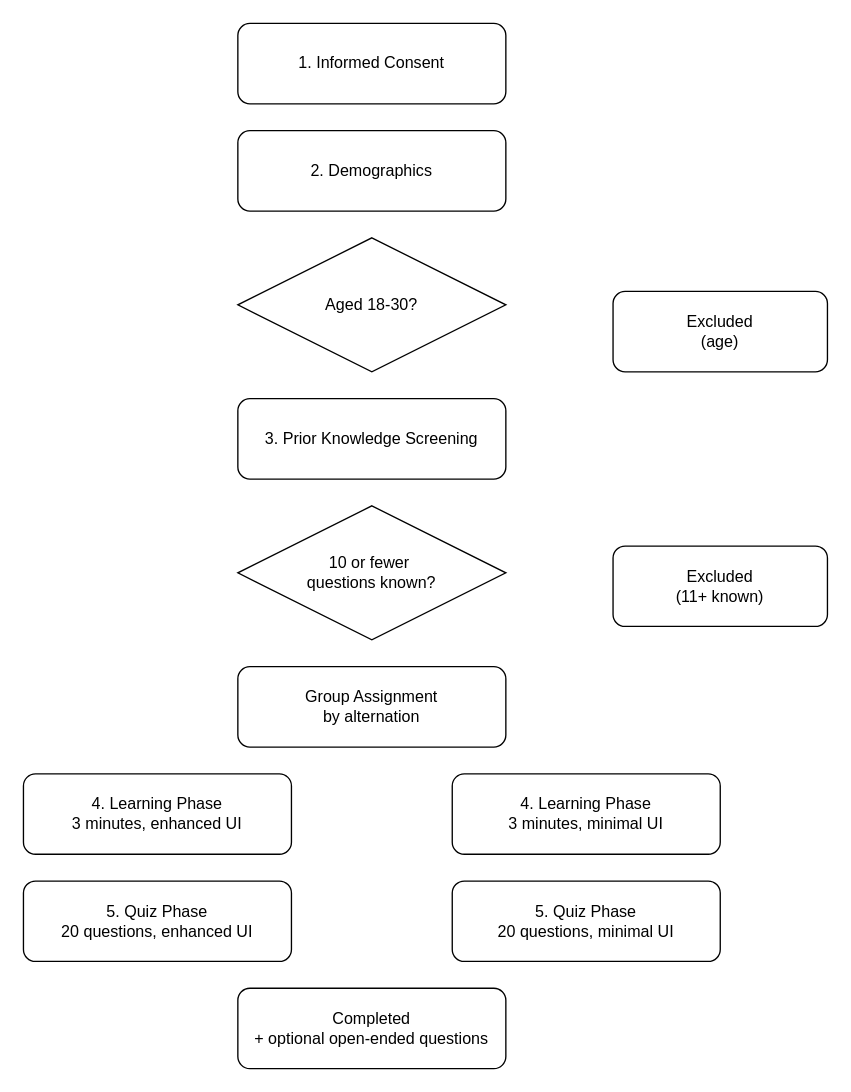
The draw.io diagram thesis_figure_six.drawio in Matasem-h/SimpleFlowcharts, before the edit. Source tidied: cells renumbered, new cells numbered last; positions are measured from the earlier drawing's top-left corner, leaving out a move shared by most shapes. Both pictures are drawn from the tidied source at 134%, with x=0, y=0 at pixel (23, 23).
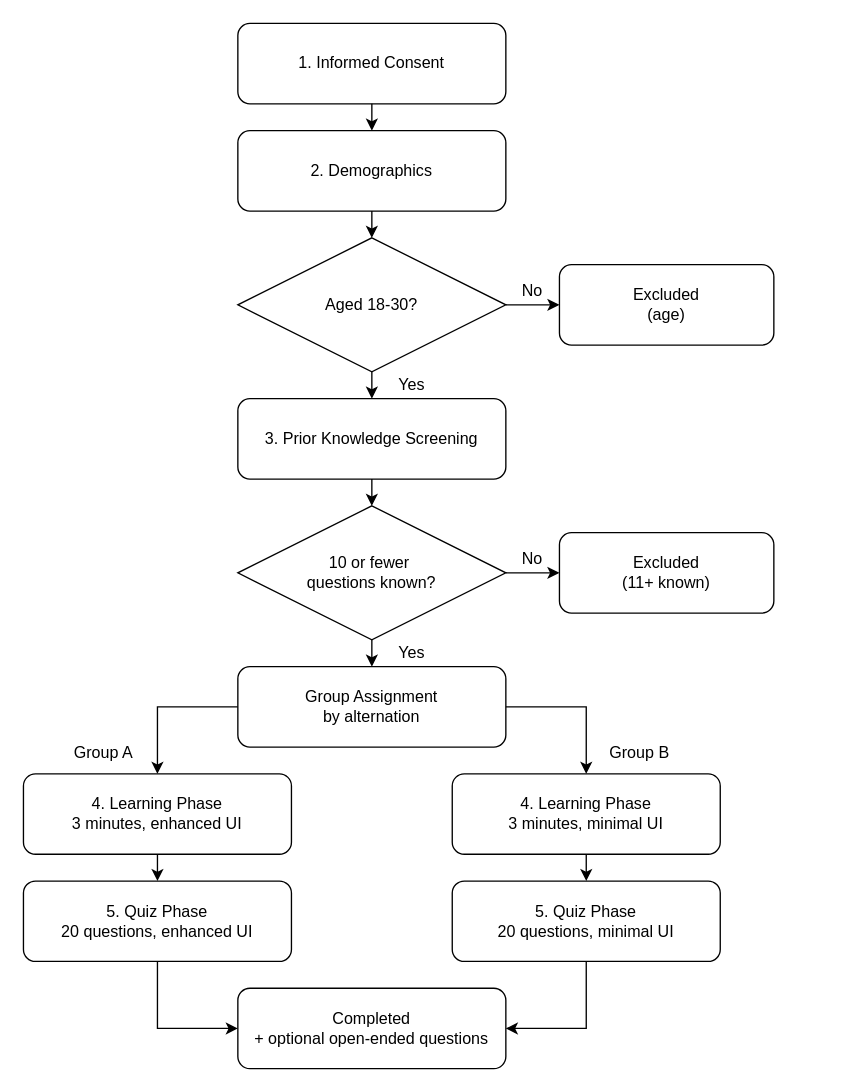
After the change.

The change refers to these unchanged cells:
```xml
<mxCell id="2" value="1. Informed Consent" style="rounded=1;whiteSpace=wrap;html=1;roundedPerimeter=1;" parent="1" vertex="1">
  <mxGeometry x="160" width="200" height="60" as="geometry" />
</mxCell>
<mxCell id="3" value="2. Demographics" style="rounded=1;whiteSpace=wrap;html=1;roundedPerimeter=1;" parent="1" vertex="1">
  <mxGeometry x="160" y="80" width="200" height="60" as="geometry" />
</mxCell>
<mxCell id="4" value="3. Prior Knowledge Screening" style="rounded=1;whiteSpace=wrap;html=1;roundedPerimeter=1;" parent="1" vertex="1">
  <mxGeometry x="160" y="280" width="200" height="60" as="geometry" />
</mxCell>
<mxCell id="5" value="Aged 18-30?" style="shape=rhombus;perimeter=rhombusPerimeter;whiteSpace=wrap;html=1;align=center;" parent="1" vertex="1">
  <mxGeometry x="160" y="160" width="200" height="100" as="geometry" />
</mxCell>
<mxCell id="6" value="&lt;div&gt;Group Assignment&lt;/div&gt;&lt;div&gt;by alternation&lt;/div&gt;" style="rounded=1;whiteSpace=wrap;html=1;roundedPerimeter=1;" parent="1" vertex="1">
  <mxGeometry x="160" y="480" width="200" height="60" as="geometry" />
</mxCell>
<mxCell id="7" value="&lt;div&gt;4. Learning Phase&lt;/div&gt;&lt;div&gt;3 minutes, minimal UI&lt;/div&gt;" style="rounded=1;whiteSpace=wrap;html=1;roundedPerimeter=1;" parent="1" vertex="1">
  <mxGeometry x="320" y="560" width="200" height="60" as="geometry" />
</mxCell>
<mxCell id="8" value="&lt;div&gt;4. Learning Phase&lt;/div&gt;&lt;div&gt;3 minutes, enhanced UI&lt;/div&gt;" style="rounded=1;whiteSpace=wrap;html=1;roundedPerimeter=1;" parent="1" vertex="1">
  <mxGeometry y="560" width="200" height="60" as="geometry" />
</mxCell>
<mxCell id="9" value="&lt;div&gt;5. Quiz Phase&lt;/div&gt;&lt;div&gt;20 questions, minimal UI&lt;/div&gt;" style="rounded=1;whiteSpace=wrap;html=1;roundedPerimeter=1;" parent="1" vertex="1">
  <mxGeometry x="320" y="640" width="200" height="60" as="geometry" />
</mxCell>
<mxCell id="10" value="&lt;div&gt;5. Quiz Phase&lt;/div&gt;&lt;div&gt;20 questions, enhanced UI&lt;/div&gt;" style="rounded=1;whiteSpace=wrap;html=1;roundedPerimeter=1;" parent="1" vertex="1">
  <mxGeometry y="640" width="200" height="60" as="geometry" />
</mxCell>
<mxCell id="11" value="&lt;div&gt;Completed&lt;/div&gt;&lt;div&gt;+ optional open-ended questions&lt;/div&gt;" style="rounded=1;whiteSpace=wrap;html=1;roundedPerimeter=1;" parent="1" vertex="1">
  <mxGeometry x="160" y="720" width="200" height="60" as="geometry" />
</mxCell>
<mxCell id="12" value="&lt;div&gt;10 or fewer&amp;nbsp;&lt;/div&gt;&lt;div&gt;questions known?&lt;/div&gt;" style="shape=rhombus;perimeter=rhombusPerimeter;whiteSpace=wrap;html=1;align=center;" parent="1" vertex="1">
  <mxGeometry x="160" y="360" width="200" height="100" as="geometry" />
</mxCell>
```

Change to the diagram source:
```diff
@@
     <mxCell id="13" value="&lt;div&gt;Excluded&lt;/div&gt;&lt;div&gt;(11+ known)&lt;/div&gt;" style="rounded=1;whiteSpace=wrap;html=1;roundedPerimeter=1;" parent="1" vertex="1">
-      <mxGeometry x="440" y="390" width="160" height="60" as="geometry" />
+      <mxGeometry x="400" y="380" width="160" height="60" as="geometry" />
     </mxCell>
     <mxCell id="14" value="&lt;div&gt;Excluded&lt;/div&gt;&lt;div&gt;(age)&lt;/div&gt;" style="rounded=1;whiteSpace=wrap;html=1;roundedPerimeter=1;" parent="1" vertex="1">
-      <mxGeometry x="440" y="200" width="160" height="60" as="geometry" />
+      <mxGeometry x="400" y="180" width="160" height="60" as="geometry" />
     </mxCell>
+    <mxCell id="15" style="endArrow=classic;html=1;rounded=0;defaultLabelBackgroundColor=page;exitX=0.5;exitY=1;exitDx=0;exitDy=0;entryX=0.5;entryY=0;entryDx=0;entryDy=0;" parent="1" edge="1" source="2" target="3">
+      <mxGeometry relative="1" as="geometry" />
+    </mxCell>
+    <mxCell id="16" style="endArrow=classic;html=1;rounded=0;defaultLabelBackgroundColor=page;exitX=0.5;exitY=1;exitDx=0;exitDy=0;entryX=0.5;entryY=0;entryDx=0;entryDy=0;" parent="1" edge="1" source="3" target="5">
+      <mxGeometry relative="1" as="geometry" />
+    </mxCell>
+    <mxCell id="17" style="endArrow=classic;html=1;rounded=0;defaultLabelBackgroundColor=page;exitX=1;exitY=0.5;exitDx=0;exitDy=0;entryX=0;entryY=0.5;entryDx=0;entryDy=0;" parent="1" edge="1" source="5" target="14">
+      <mxGeometry relative="1" as="geometry" />
+    </mxCell>
+    <mxCell id="18" style="endArrow=classic;html=1;rounded=0;defaultLabelBackgroundColor=page;exitX=1;exitY=0.5;exitDx=0;exitDy=0;entryX=0;entryY=0.5;entryDx=0;entryDy=0;" parent="1" edge="1" source="12" target="13">
+      <mxGeometry relative="1" as="geometry" />
+    </mxCell>
+    <mxCell id="19" style="endArrow=classic;html=1;rounded=0;defaultLabelBackgroundColor=page;exitX=0.5;exitY=1;exitDx=0;exitDy=0;entryX=0.5;entryY=0;entryDx=0;entryDy=0;" parent="1" edge="1" source="5" target="4">
+      <mxGeometry relative="1" as="geometry" />
+    </mxCell>
+    <mxCell id="20" style="endArrow=classic;html=1;rounded=0;defaultLabelBackgroundColor=page;exitX=0.5;exitY=1;exitDx=0;exitDy=0;entryX=0.5;entryY=0;entryDx=0;entryDy=0;" parent="1" edge="1" source="4" target="12">
+      <mxGeometry relative="1" as="geometry" />
+    </mxCell>
+    <mxCell id="21" style="endArrow=classic;html=1;rounded=0;defaultLabelBackgroundColor=page;exitX=0.5;exitY=1;exitDx=0;exitDy=0;entryX=0.5;entryY=0;entryDx=0;entryDy=0;" parent="1" edge="1" source="12" target="6">
+      <mxGeometry relative="1" as="geometry" />
+    </mxCell>
+    <mxCell id="22" style="endArrow=classic;html=1;rounded=0;defaultLabelBackgroundColor=page;exitX=1;exitY=0.5;exitDx=0;exitDy=0;entryX=0.5;entryY=0;entryDx=0;entryDy=0;" parent="1" edge="1" source="6" target="7">
+      <mxGeometry relative="1" as="geometry">
+        <Array as="points">
+          <mxPoint x="420" y="510" />
+        </Array>
+      </mxGeometry>
+    </mxCell>
+    <mxCell id="23" style="endArrow=classic;html=1;rounded=0;defaultLabelBackgroundColor=page;exitX=0;exitY=0.5;exitDx=0;exitDy=0;entryX=0.5;entryY=0;entryDx=0;entryDy=0;" parent="1" edge="1" source="6" target="8">
+      <mxGeometry x="0.3" relative="1" as="geometry">
+        <Array as="points">
+          <mxPoint x="100" y="510" />
+        </Array>
+      </mxGeometry>
+    </mxCell>
+    <mxCell id="24" style="endArrow=classic;html=1;rounded=0;defaultLabelBackgroundColor=page;exitX=0.5;exitY=1;exitDx=0;exitDy=0;entryX=0.5;entryY=0;entryDx=0;entryDy=0;" parent="1" edge="1" source="7" target="9">
+      <mxGeometry relative="1" as="geometry" />
+    </mxCell>
+    <mxCell id="25" style="endArrow=classic;html=1;rounded=0;defaultLabelBackgroundColor=page;exitX=0.5;exitY=1;exitDx=0;exitDy=0;entryX=0.5;entryY=0;entryDx=0;entryDy=0;" parent="1" edge="1" source="8" target="10">
+      <mxGeometry relative="1" as="geometry" />
+    </mxCell>
+    <mxCell id="26" style="endArrow=classic;html=1;rounded=0;defaultLabelBackgroundColor=page;exitX=0.5;exitY=1;exitDx=0;exitDy=0;entryX=1;entryY=0.5;entryDx=0;entryDy=0;" parent="1" edge="1" source="9" target="11">
+      <mxGeometry relative="1" as="geometry">
+        <Array as="points">
+          <mxPoint x="420" y="750" />
+        </Array>
+      </mxGeometry>
+    </mxCell>
+    <mxCell id="27" style="endArrow=classic;html=1;rounded=0;defaultLabelBackgroundColor=page;exitX=0.5;exitY=1;exitDx=0;exitDy=0;entryX=0;entryY=0.5;entryDx=0;entryDy=0;" parent="1" edge="1" source="10" target="11">
+      <mxGeometry relative="1" as="geometry">
+        <Array as="points">
+          <mxPoint x="100" y="750" />
+        </Array>
+      </mxGeometry>
+    </mxCell>
+    <mxCell id="28" value="Group B" style="text;html=1;whiteSpace=wrap;strokeColor=none;fillColor=none;align=center;verticalAlign=middle;rounded=0;" parent="1" vertex="1">
+      <mxGeometry x="420" y="530" width="80" height="30" as="geometry" />
+    </mxCell>
+    <mxCell id="29" value="Group A" style="text;html=1;whiteSpace=wrap;strokeColor=none;fillColor=none;align=center;verticalAlign=middle;rounded=0;" parent="1" vertex="1">
+      <mxGeometry x="20" y="530" width="80" height="30" as="geometry" />
+    </mxCell>
+    <mxCell id="30" value="Yes" style="text;html=1;whiteSpace=wrap;strokeColor=none;fillColor=none;align=center;verticalAlign=middle;rounded=0;" parent="1" vertex="1">
+      <mxGeometry x="260" y="460" width="60" height="20" as="geometry" />
+    </mxCell>
+    <mxCell id="31" value="Yes" style="text;html=1;whiteSpace=wrap;strokeColor=none;fillColor=none;align=center;verticalAlign=middle;rounded=0;" parent="1" vertex="1">
+      <mxGeometry x="260" y="260" width="60" height="20" as="geometry" />
+    </mxCell>
+    <mxCell id="32" value="No" style="text;html=1;whiteSpace=wrap;strokeColor=none;fillColor=none;align=center;verticalAlign=middle;rounded=0;" parent="1" vertex="1">
+      <mxGeometry x="360" y="190" width="40" height="20" as="geometry" />
+    </mxCell>
+    <mxCell id="33" value="No" style="text;html=1;whiteSpace=wrap;strokeColor=none;fillColor=none;align=center;verticalAlign=middle;rounded=0;" parent="1" vertex="1">
+      <mxGeometry x="360" y="390" width="40" height="20" as="geometry" />
+    </mxCell>
```
